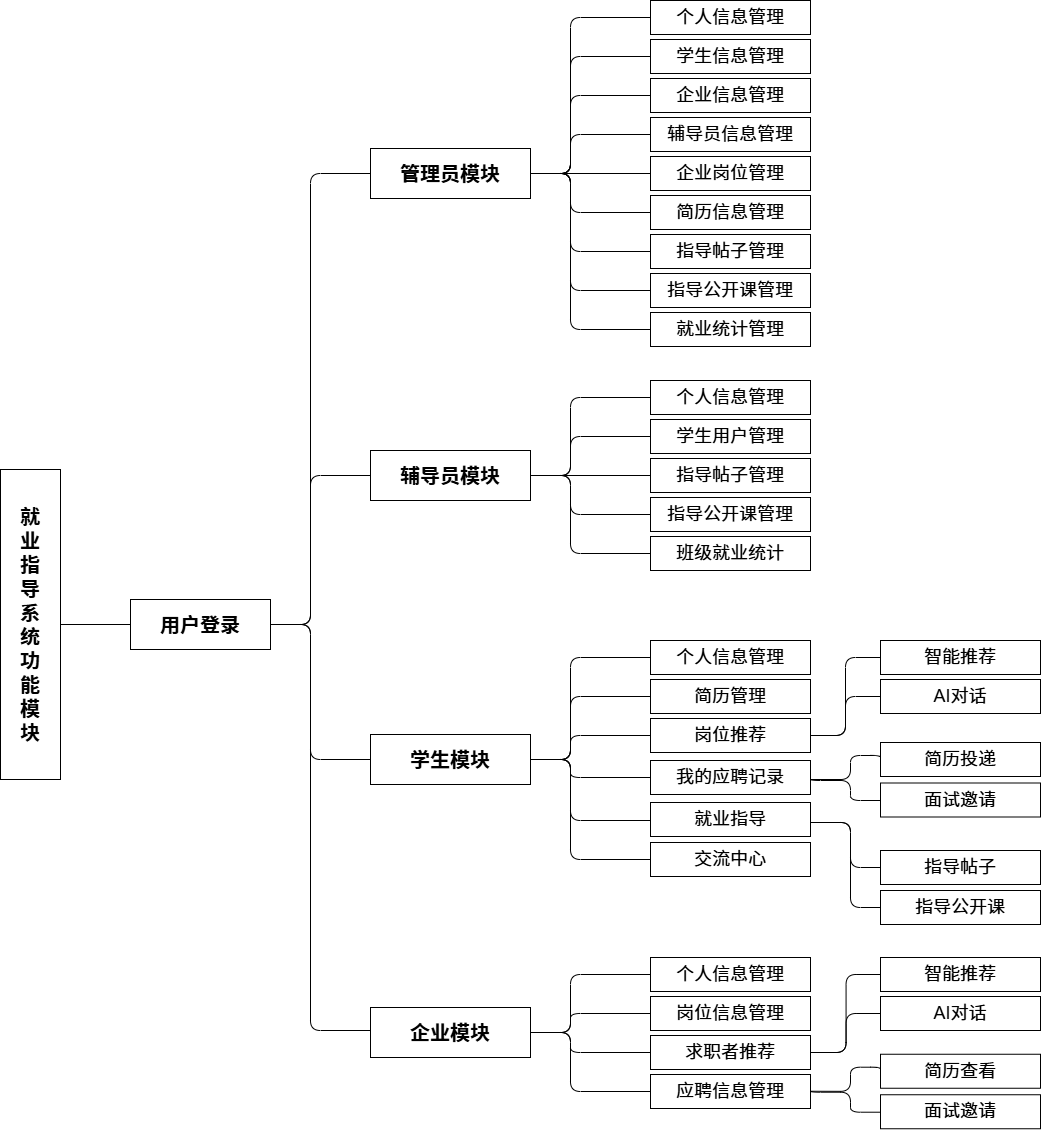
The draw.io diagram 图表/功能模块图v 的副本.drawio (1).png in Avocadohxx/career, before a commit. Source tidied: cells renumbered, new cells last; positions are measured from the earlier drawing's top-left corner, leaving out a move shared by most shapes.
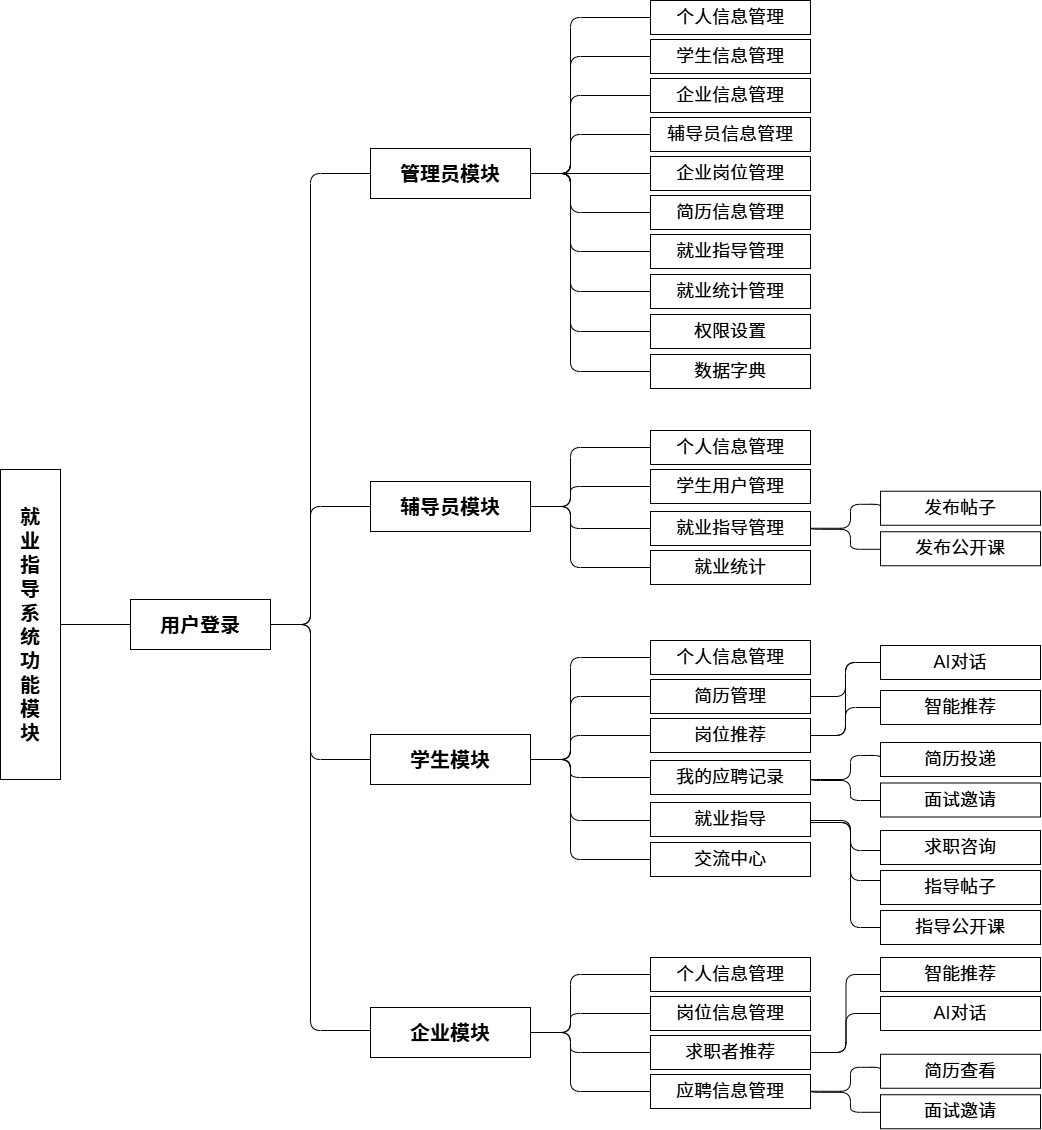
The same diagram one commit later.

Change to the diagram source:
```diff
@@ -15,7 +15,7 @@
       <mxGeometry x="370" y="148" width="160" height="50" as="geometry" />
     </mxCell>
     <mxCell id="6" value="辅导员模块" style="rounded=0;whiteSpace=wrap;html=1;fillColor=#ffffff;strokeColor=#000000;fontStyle=1;fontSize=20;verticalAlign=middle;" parent="1" vertex="1">
-      <mxGeometry x="370" y="450" width="160" height="50" as="geometry" />
+      <mxGeometry x="370" y="481" width="160" height="50" as="geometry" />
     </mxCell>
     <mxCell id="7" value="学生模块" style="rounded=0;whiteSpace=wrap;html=1;fillColor=#ffffff;strokeColor=#000000;fontStyle=1;fontSize=20;verticalAlign=middle;" parent="1" vertex="1">
       <mxGeometry x="370" y="734" width="160" height="50" as="geometry" />
@@ -35,7 +35,7 @@
       <mxGeometry relative="1" as="geometry">
         <Array as="points">
           <mxPoint x="310" y="624" />
-          <mxPoint x="310" y="475" />
+          <mxPoint x="310" y="506" />
         </Array>
       </mxGeometry>
     </mxCell>
@@ -73,14 +73,11 @@
     <mxCell id="18" value="简历信息管理" style="rounded=0;whiteSpace=wrap;html=1;fillColor=#ffffff;strokeColor=#000000;fontSize=18;verticalAlign=middle;" parent="1" vertex="1">
       <mxGeometry x="650" y="195" width="160" height="34" as="geometry" />
     </mxCell>
-    <mxCell id="19" value="指导帖子管理" style="rounded=0;whiteSpace=wrap;html=1;fillColor=#ffffff;strokeColor=#000000;fontSize=18;verticalAlign=middle;" parent="1" vertex="1">
+    <mxCell id="19" value="就业指导管理" style="rounded=0;whiteSpace=wrap;html=1;fillColor=#ffffff;strokeColor=#000000;fontSize=18;verticalAlign=middle;" parent="1" vertex="1">
       <mxGeometry x="650" y="234" width="160" height="34" as="geometry" />
     </mxCell>
-    <mxCell id="20" value="指导公开课管理" style="rounded=0;whiteSpace=wrap;html=1;fillColor=#ffffff;strokeColor=#000000;fontSize=18;verticalAlign=middle;" parent="1" vertex="1">
-      <mxGeometry x="650" y="273" width="160" height="34" as="geometry" />
-    </mxCell>
     <mxCell id="21" value="就业统计管理" style="rounded=0;whiteSpace=wrap;html=1;fillColor=#ffffff;strokeColor=#000000;fontSize=18;verticalAlign=middle;" parent="1" vertex="1">
-      <mxGeometry x="650" y="312" width="160" height="34" as="geometry" />
+      <mxGeometry x="650" y="274" width="160" height="34" as="geometry" />
     </mxCell>
     <mxCell id="22" style="edgeStyle=orthogonalEdgeStyle;endArrow=none;endFill=0;fontSize=20;" parent="1" edge="1" source="5" target="13">
       <mxGeometry relative="1" as="geometry">
@@ -133,11 +130,11 @@
         </Array>
       </mxGeometry>
     </mxCell>
-    <mxCell id="29" style="edgeStyle=orthogonalEdgeStyle;endArrow=none;endFill=0;fontSize=20;" parent="1" edge="1" source="5" target="20">
+    <mxCell id="29" style="edgeStyle=orthogonalEdgeStyle;endArrow=none;endFill=0;fontSize=20;" parent="1" edge="1" source="5" target="85">
       <mxGeometry relative="1" as="geometry">
         <Array as="points">
           <mxPoint x="570" y="173" />
-          <mxPoint x="570" y="290" />
+          <mxPoint x="570" y="371" />
         </Array>
       </mxGeometry>
     </mxCell>
@@ -145,57 +142,59 @@
       <mxGeometry relative="1" as="geometry">
         <Array as="points">
           <mxPoint x="570" y="173" />
-          <mxPoint x="570" y="329" />
+          <mxPoint x="570" y="291" />
         </Array>
       </mxGeometry>
     </mxCell>
     <mxCell id="31" value="个人信息管理" style="rounded=0;whiteSpace=wrap;html=1;fillColor=#ffffff;strokeColor=#000000;fontSize=18;verticalAlign=middle;" parent="1" vertex="1">
-      <mxGeometry x="650" y="380" width="160" height="34" as="geometry" />
+      <mxGeometry x="650" y="430" width="160" height="34" as="geometry" />
     </mxCell>
     <mxCell id="32" value="学生用户管理" style="rounded=0;whiteSpace=wrap;html=1;fillColor=#ffffff;strokeColor=#000000;fontSize=18;verticalAlign=middle;" parent="1" vertex="1">
-      <mxGeometry x="650" y="419" width="160" height="34" as="geometry" />
+      <mxGeometry x="650" y="469" width="160" height="34" as="geometry" />
     </mxCell>
-    <mxCell id="33" value="指导帖子管理" style="rounded=0;whiteSpace=wrap;html=1;fillColor=#ffffff;strokeColor=#000000;fontSize=18;verticalAlign=middle;" parent="1" vertex="1">
-      <mxGeometry x="650" y="458" width="160" height="34" as="geometry" />
-    </mxCell>
-    <mxCell id="34" value="指导公开课管理" style="rounded=0;whiteSpace=wrap;html=1;fillColor=#ffffff;strokeColor=#000000;fontSize=18;verticalAlign=middle;" parent="1" vertex="1">
-      <mxGeometry x="650" y="497" width="160" height="34" as="geometry" />
+    <mxCell id="34" value="就业指导管理" style="rounded=0;whiteSpace=wrap;html=1;fillColor=#ffffff;strokeColor=#000000;fontSize=18;verticalAlign=middle;" parent="1" vertex="1">
+      <mxGeometry x="650" y="511" width="160" height="34" as="geometry" />
     </mxCell>
-    <mxCell id="35" value="班级就业统计" style="rounded=0;whiteSpace=wrap;html=1;fillColor=#ffffff;strokeColor=#000000;fontSize=18;verticalAlign=middle;" parent="1" vertex="1">
-      <mxGeometry x="650" y="536" width="160" height="34" as="geometry" />
+    <mxCell id="35" value="就业统计" style="rounded=0;whiteSpace=wrap;html=1;fillColor=#ffffff;strokeColor=#000000;fontSize=18;verticalAlign=middle;" parent="1" vertex="1">
+      <mxGeometry x="650" y="550" width="160" height="34" as="geometry" />
     </mxCell>
     <mxCell id="36" style="edgeStyle=orthogonalEdgeStyle;endArrow=none;endFill=0;fontSize=20;" parent="1" edge="1" source="6" target="31">
       <mxGeometry relative="1" as="geometry">
         <Array as="points">
-          <mxPoint x="570" y="475" />
-          <mxPoint x="570" y="397" />
+          <mxPoint x="570" y="506" />
+          <mxPoint x="570" y="447" />
         </Array>
       </mxGeometry>
     </mxCell>
     <mxCell id="37" style="edgeStyle=orthogonalEdgeStyle;endArrow=none;endFill=0;fontSize=20;" parent="1" edge="1" source="6" target="32">
       <mxGeometry relative="1" as="geometry">
         <Array as="points">
-          <mxPoint x="570" y="475" />
-          <mxPoint x="570" y="436" />
+          <mxPoint x="570" y="506" />
+          <mxPoint x="570" y="486" />
         </Array>
       </mxGeometry>
     </mxCell>
-    <mxCell id="38" style="edgeStyle=orthogonalEdgeStyle;endArrow=none;endFill=0;fontSize=20;" parent="1" edge="1" source="6" target="33">
-      <mxGeometry relative="1" as="geometry" />
+    <mxCell id="38" style="edgeStyle=orthogonalEdgeStyle;endArrow=none;endFill=0;fontSize=20;exitX=1;exitY=0.5;exitDx=0;exitDy=0;" parent="1" edge="1" source="5" target="84">
+      <mxGeometry relative="1" as="geometry">
+        <Array as="points">
+          <mxPoint x="570" y="173" />
+          <mxPoint x="570" y="331" />
+        </Array>
+      </mxGeometry>
     </mxCell>
     <mxCell id="39" style="edgeStyle=orthogonalEdgeStyle;endArrow=none;endFill=0;fontSize=20;" parent="1" edge="1" source="6" target="34">
       <mxGeometry relative="1" as="geometry">
         <Array as="points">
-          <mxPoint x="570" y="475" />
-          <mxPoint x="570" y="514" />
+          <mxPoint x="570" y="506" />
+          <mxPoint x="570" y="528" />
         </Array>
       </mxGeometry>
     </mxCell>
     <mxCell id="40" style="edgeStyle=orthogonalEdgeStyle;endArrow=none;endFill=0;fontSize=20;" parent="1" edge="1" source="6" target="35">
       <mxGeometry relative="1" as="geometry">
         <Array as="points">
-          <mxPoint x="570" y="475" />
-          <mxPoint x="570" y="553" />
+          <mxPoint x="570" y="506" />
+          <mxPoint x="570" y="567" />
         </Array>
       </mxGeometry>
     </mxCell>
@@ -310,23 +309,23 @@
       </mxGeometry>
     </mxCell>
     <mxCell id="61" value="智能推荐" style="rounded=0;whiteSpace=wrap;html=1;fillColor=#ffffff;strokeColor=#000000;fontSize=18;verticalAlign=middle;" parent="1" vertex="1">
-      <mxGeometry x="880" y="640" width="160" height="34" as="geometry" />
+      <mxGeometry x="880" y="690" width="160" height="34" as="geometry" />
     </mxCell>
     <mxCell id="62" style="endArrow=none;endFill=0;fontSize=20;exitX=1;exitY=0.5;exitDx=0;exitDy=0;entryX=0;entryY=0.5;entryDx=0;entryDy=0;edgeStyle=orthogonalEdgeStyle;" parent="1" edge="1" source="43" target="61">
       <mxGeometry relative="1" as="geometry" />
     </mxCell>
     <mxCell id="63" value="指导帖子" style="rounded=0;whiteSpace=wrap;html=1;fillColor=#ffffff;strokeColor=#000000;fontSize=18;verticalAlign=middle;" parent="1" vertex="1">
-      <mxGeometry x="880" y="850" width="160" height="34" as="geometry" />
+      <mxGeometry x="880" y="870" width="160" height="34" as="geometry" />
     </mxCell>
     <mxCell id="64" value="指导公开课" style="rounded=0;whiteSpace=wrap;html=1;fillColor=#ffffff;strokeColor=#000000;fontSize=18;verticalAlign=middle;" parent="1" vertex="1">
-      <mxGeometry x="880" y="890" width="160" height="34" as="geometry" />
+      <mxGeometry x="880" y="910" width="160" height="34" as="geometry" />
     </mxCell>
     <mxCell id="65" style="edgeStyle=orthogonalEdgeStyle;endArrow=none;endFill=0;fontSize=20;" parent="1" edge="1" target="63">
       <mxGeometry relative="1" as="geometry">
         <mxPoint x="810" y="822" as="sourcePoint" />
         <Array as="points">
           <mxPoint x="850" y="822" />
-          <mxPoint x="850" y="867" />
+          <mxPoint x="850" y="880" />
         </Array>
       </mxGeometry>
     </mxCell>
@@ -334,12 +333,12 @@
       <mxGeometry relative="1" as="geometry">
         <Array as="points">
           <mxPoint x="850" y="822" />
-          <mxPoint x="850" y="907" />
+          <mxPoint x="850" y="927" />
         </Array>
       </mxGeometry>
     </mxCell>
     <mxCell id="67" value="AI对话" style="rounded=0;whiteSpace=wrap;html=1;fillColor=#ffffff;strokeColor=#000000;fontSize=18;verticalAlign=middle;" parent="1" vertex="1">
-      <mxGeometry x="880" y="679" width="160" height="34" as="geometry" />
+      <mxGeometry x="880" y="645" width="160" height="34" as="geometry" />
     </mxCell>
     <mxCell id="68" style="endArrow=none;endFill=0;fontSize=20;exitX=1;exitY=0.5;exitDx=0;exitDy=0;entryX=0;entryY=0.5;entryDx=0;entryDy=0;edgeStyle=orthogonalEdgeStyle;" parent="1" edge="1" source="43" target="67">
       <mxGeometry relative="1" as="geometry" />
@@ -411,5 +410,52 @@
         <mxPoint x="810" y="1052" as="sourcePoint" />
       </mxGeometry>
     </mxCell>
+    <mxCell id="81" style="endArrow=none;endFill=0;fontSize=20;exitX=1;exitY=0.5;exitDx=0;exitDy=0;entryX=0;entryY=0.5;entryDx=0;entryDy=0;edgeStyle=orthogonalEdgeStyle;" parent="1" edge="1" source="42" target="67">
+      <mxGeometry relative="1" as="geometry" />
+    </mxCell>
+    <mxCell id="82" value="求职咨询" style="rounded=0;whiteSpace=wrap;html=1;fillColor=#ffffff;strokeColor=#000000;fontSize=18;verticalAlign=middle;" parent="1" vertex="1">
+      <mxGeometry x="880" y="830" width="160" height="34" as="geometry" />
+    </mxCell>
+    <mxCell id="83" style="edgeStyle=orthogonalEdgeStyle;endArrow=none;endFill=0;fontSize=20;" parent="1" edge="1" target="82">
+      <mxGeometry relative="1" as="geometry">
+        <mxPoint x="810" y="820" as="sourcePoint" />
+        <Array as="points">
+          <mxPoint x="850" y="820" />
+          <mxPoint x="850" y="850" />
+        </Array>
+      </mxGeometry>
+    </mxCell>
+    <mxCell id="84" value="权限设置" style="rounded=0;whiteSpace=wrap;html=1;fillColor=#ffffff;strokeColor=#000000;fontSize=18;verticalAlign=middle;" parent="1" vertex="1">
+      <mxGeometry x="650" y="314" width="160" height="34" as="geometry" />
+    </mxCell>
+    <mxCell id="85" value="数据字典" style="rounded=0;whiteSpace=wrap;html=1;fillColor=#ffffff;strokeColor=#000000;fontSize=18;verticalAlign=middle;" parent="1" vertex="1">
+      <mxGeometry x="650" y="354" width="160" height="34" as="geometry" />
+    </mxCell>
+    <mxCell id="86" value="发布帖子" style="rounded=0;whiteSpace=wrap;html=1;fillColor=#ffffff;strokeColor=#000000;fontSize=18;verticalAlign=middle;" parent="1" vertex="1">
+      <mxGeometry x="880" y="490.8" width="160" height="34" as="geometry" />
+    </mxCell>
+    <mxCell id="87" value="发布公开课" style="rounded=0;whiteSpace=wrap;html=1;fillColor=#ffffff;strokeColor=#000000;fontSize=18;verticalAlign=middle;" parent="1" vertex="1">
+      <mxGeometry x="880" y="531.2" width="160" height="34" as="geometry" />
+    </mxCell>
+    <mxCell id="88" style="endArrow=none;endFill=0;fontSize=20;exitX=1;exitY=0.5;exitDx=0;exitDy=0;entryX=0;entryY=0.5;entryDx=0;entryDy=0;edgeStyle=orthogonalEdgeStyle;" parent="1" edge="1" target="86">
+      <mxGeometry relative="1" as="geometry">
+        <mxPoint x="810" y="527.8" as="sourcePoint" />
+        <Array as="points">
+          <mxPoint x="850" y="527.8" />
+          <mxPoint x="850" y="503.8" />
+          <mxPoint x="880" y="503.8" />
+        </Array>
+      </mxGeometry>
+    </mxCell>
+    <mxCell id="89" style="endArrow=none;endFill=0;fontSize=20;exitX=1;exitY=0.5;exitDx=0;exitDy=0;edgeStyle=orthogonalEdgeStyle;" parent="1" edge="1" target="87">
+      <mxGeometry relative="1" as="geometry">
+        <mxPoint x="810" y="525.8" as="sourcePoint" />
+        <Array as="points">
+          <mxPoint x="810" y="528.8" />
+          <mxPoint x="850" y="528.8" />
+          <mxPoint x="850" y="548.8" />
+        </Array>
+      </mxGeometry>
+    </mxCell>
   </root>
 </mxGraphModel>
```
